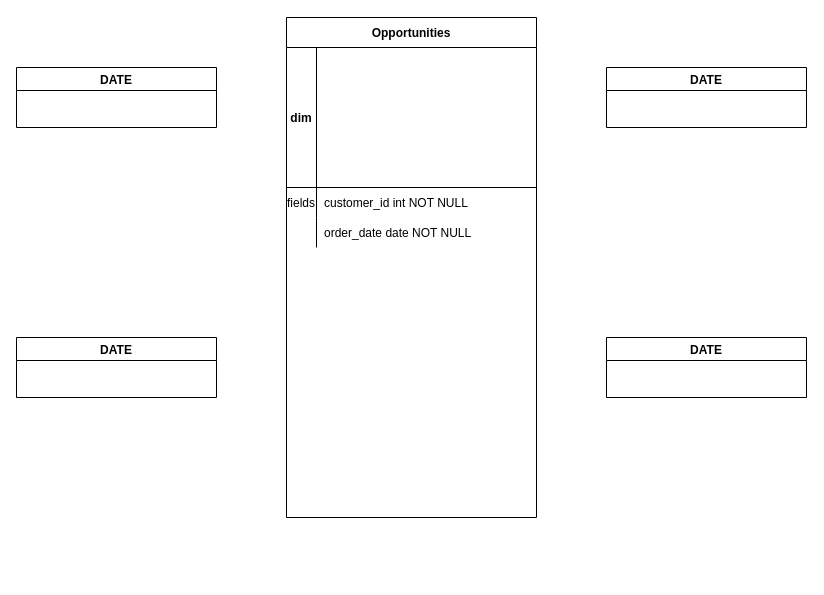
Above: Untitled Diagram.drawio in Aerbium/Netology_DA16 (draw.io), before the change. Source tidied: cells renumbered, new cells numbered last; positions are measured from the earlier drawing's top-left corner, leaving out a move shared by most shapes. Both pictures are drawn from the tidied source at 100%, with x=0, y=0 at pixel (16, 17).
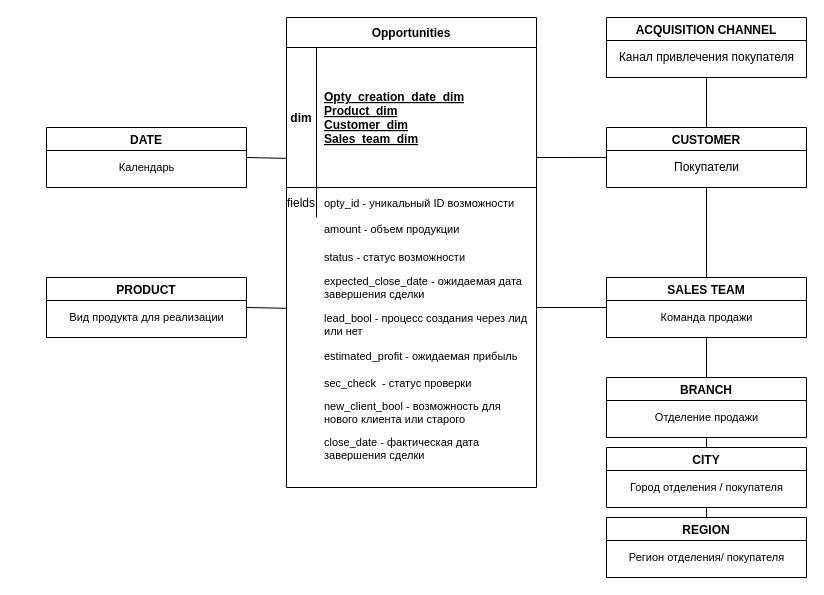
Above is the later version.

The change refers to these unchanged cells:
```xml
<mxCell id="3" style="shape=partialRectangle;fillColor=none;points=[[0,0.5],[1,0.5]];portConstraint=eastwest;top=0;left=0;right=0;bottom=1;" parent="2" vertex="1">
  <mxGeometry y="30" width="250" height="140" as="geometry" />
</mxCell>
<mxCell id="6" style="shape=partialRectangle;fillColor=none;top=0;left=0;right=0;bottom=0;" parent="2" vertex="1">
  <mxGeometry y="170" width="250" height="30" as="geometry" />
</mxCell>
```

Diff of the diagram source:
```diff
@@
     <mxCell id="2" value="Opportunities" style="shape=table;startSize=30;childLayout=tableLayout;rowLines=0;fontStyle=1;align=center;" parent="1" vertex="1">
-      <mxGeometry x="270" width="250" height="500" as="geometry" />
+      <mxGeometry x="270" width="250" height="470" as="geometry" />
     </mxCell>
@@
-    <mxCell id="5" style="shape=partialRectangle;overflow=hidden;fillColor=none;top=0;left=0;bottom=0;right=0;align=left;spacingLeft=6;fontStyle=5;" parent="3" vertex="1">
+    <mxCell id="5" value="Opty_creation_date_dim&#10;Product_dim&#10;Customer_dim&#10;Sales_team_dim" style="shape=partialRectangle;overflow=hidden;fillColor=none;top=0;left=0;bottom=0;right=0;align=left;spacingLeft=6;fontStyle=5;" parent="3" vertex="1">
       <mxGeometry x="30" width="220" height="140" as="geometry" />
     </mxCell>
@@
-    <mxCell id="8" value="customer_id int NOT NULL" style="shape=partialRectangle;overflow=hidden;fillColor=none;top=0;left=0;bottom=0;right=0;align=left;spacingLeft=6;" parent="6" vertex="1">
+    <mxCell id="8" value="opty_id - уникальный ID возможности" style="shape=partialRectangle;overflow=hidden;fillColor=none;top=0;left=0;bottom=0;right=0;align=left;spacingLeft=6;fontSize=11;" parent="6" vertex="1">
       <mxGeometry x="30" width="220" height="30" as="geometry" />
     </mxCell>
-    <mxCell id="9" style="shape=partialRectangle;fillColor=none;top=0;left=0;right=0;bottom=0;" parent="2" vertex="1">
-      <mxGeometry y="200" width="250" height="30" as="geometry" />
-    </mxCell>
-    <mxCell id="10" style="shape=partialRectangle;overflow=hidden;fillColor=none;top=0;left=0;bottom=0;right=0;" parent="9" vertex="1">
-      <mxGeometry width="30" height="30" as="geometry" />
-    </mxCell>
-    <mxCell id="11" value="order_date date NOT NULL" style="shape=partialRectangle;overflow=hidden;fillColor=none;top=0;left=0;bottom=0;right=0;align=left;spacingLeft=6;" parent="9" vertex="1">
-      <mxGeometry x="30" width="220" height="30" as="geometry" />
-    </mxCell>
+    <mxCell id="16" style="edgeStyle=none;rounded=0;jettySize=auto;html=1;exitX=1;exitY=0.5;exitDx=0;exitDy=0;entryX=0;entryY=0.792;entryDx=0;entryDy=0;entryPerimeter=0;endArrow=none;endFill=0;" parent="1" edge="1" source="12" target="3">
+      <mxGeometry relative="1" as="geometry" />
+    </mxCell>
     <mxCell id="12" value="DATE" style="swimlane;" parent="1" vertex="1">
-      <mxGeometry y="50" width="200" height="60" as="geometry" />
+      <mxGeometry x="30" y="110" width="200" height="60" as="geometry" />
     </mxCell>
+    <mxCell id="17" style="rounded=0;jettySize=auto;html=1;exitX=0.5;exitY=0;exitDx=0;exitDy=0;entryX=0.5;entryY=1;entryDx=0;entryDy=0;endArrow=none;endFill=0;" parent="1" edge="1" source="13" target="32">
+      <mxGeometry relative="1" as="geometry" />
+    </mxCell>
+    <mxCell id="18" style="edgeStyle=none;rounded=0;jettySize=auto;html=1;exitX=0;exitY=0.5;exitDx=0;exitDy=0;entryX=1;entryY=0.786;entryDx=0;entryDy=0;entryPerimeter=0;endArrow=none;endFill=0;" parent="1" edge="1" source="13" target="3">
+      <mxGeometry relative="1" as="geometry" />
+    </mxCell>
-    <mxCell id="13" value="DATE" style="swimlane;" parent="1" vertex="1">
-      <mxGeometry y="320" width="200" height="60" as="geometry" />
+    <mxCell id="13" value="CUSTOMER" style="swimlane;" parent="1" vertex="1">
+      <mxGeometry x="590" y="110" width="200" height="60" as="geometry" />
     </mxCell>
+    <mxCell id="19" value="Покупатели" style="text;html=1;align=center;verticalAlign=middle;" parent="13" vertex="1">
+      <mxGeometry x="60" y="30" width="80" height="20" as="geometry" />
+    </mxCell>
+    <mxCell id="20" style="edgeStyle=none;rounded=0;jettySize=auto;html=1;exitX=1;exitY=0.5;exitDx=0;exitDy=0;endArrow=none;endFill=0;fontSize=11;" parent="1" edge="1" source="14">
+      <mxGeometry relative="1" as="geometry">
+        <mxPoint x="270" y="290.8" as="targetPoint" />
+      </mxGeometry>
+    </mxCell>
-    <mxCell id="14" value="DATE" style="swimlane;" parent="1" vertex="1">
-      <mxGeometry x="590" y="50" width="200" height="60" as="geometry" />
+    <mxCell id="14" value="PRODUCT" style="swimlane;" parent="1" vertex="1">
+      <mxGeometry x="30" y="260" width="200" height="60" as="geometry" />
     </mxCell>
+    <mxCell id="21" value="Вид продукта для реализации" style="text;html=1;align=center;verticalAlign=middle;fontSize=11;" parent="14" vertex="1">
+      <mxGeometry x="15" y="30" width="170" height="20" as="geometry" />
+    </mxCell>
+    <mxCell id="22" style="edgeStyle=none;rounded=0;jettySize=auto;html=1;exitX=0.5;exitY=0;exitDx=0;exitDy=0;entryX=0.5;entryY=1;entryDx=0;entryDy=0;endArrow=none;endFill=0;" parent="1" edge="1" source="15" target="13">
+      <mxGeometry relative="1" as="geometry" />
+    </mxCell>
+    <mxCell id="23" style="edgeStyle=none;rounded=0;jettySize=auto;html=1;exitX=0;exitY=0.5;exitDx=0;exitDy=0;endArrow=none;endFill=0;" parent="1" edge="1" source="15">
+      <mxGeometry relative="1" as="geometry">
+        <mxPoint x="520" y="290" as="targetPoint" />
+      </mxGeometry>
+    </mxCell>
-    <mxCell id="15" value="DATE" style="swimlane;" parent="1" vertex="1">
-      <mxGeometry x="590" y="320" width="200" height="60" as="geometry" />
+    <mxCell id="15" value="SALES TEAM" style="swimlane;startSize=23;" parent="1" vertex="1">
+      <mxGeometry x="590" y="260" width="200" height="60" as="geometry" />
     </mxCell>
+    <mxCell id="24" value="Команда продажи" style="text;html=1;align=center;verticalAlign=middle;fontSize=11;" parent="15" vertex="1">
+      <mxGeometry x="45" y="30" width="110" height="20" as="geometry" />
+    </mxCell>
+    <mxCell id="25" style="edgeStyle=none;rounded=0;jettySize=auto;html=1;exitX=0.5;exitY=0;exitDx=0;exitDy=0;endArrow=none;endFill=0;" parent="1" edge="1" source="26">
+      <mxGeometry relative="1" as="geometry">
+        <mxPoint x="690" y="320" as="targetPoint" />
+      </mxGeometry>
+    </mxCell>
+    <mxCell id="26" value="BRANCH" style="swimlane;" parent="1" vertex="1">
+      <mxGeometry x="590" y="360" width="200" height="60" as="geometry" />
+    </mxCell>
+    <mxCell id="27" value="Отделение продажи" style="text;html=1;align=center;verticalAlign=middle;fontSize=11;" parent="26" vertex="1">
+      <mxGeometry x="40" y="30" width="120" height="20" as="geometry" />
+    </mxCell>
+    <mxCell id="28" style="edgeStyle=none;rounded=0;jettySize=auto;html=1;exitX=0.5;exitY=1;exitDx=0;exitDy=0;entryX=0.5;entryY=0;entryDx=0;entryDy=0;endArrow=none;endFill=0;" parent="1" edge="1" source="29" target="30">
+      <mxGeometry relative="1" as="geometry" />
+    </mxCell>
+    <mxCell id="29" value="CITY" style="swimlane;" parent="1" vertex="1">
+      <mxGeometry x="590" y="430" width="200" height="60" as="geometry" />
+    </mxCell>
+    <mxCell id="30" value="REGION" style="swimlane;" parent="1" vertex="1">
+      <mxGeometry x="590" y="500" width="200" height="60" as="geometry" />
+    </mxCell>
+    <mxCell id="31" value="Регион отделения/ покупателя" style="text;html=1;align=center;verticalAlign=middle;fontSize=11;" parent="30" vertex="1">
+      <mxGeometry x="10" y="30" width="180" height="20" as="geometry" />
+    </mxCell>
+    <mxCell id="32" value="ACQUISITION CHANNEL" style="swimlane;" parent="1" vertex="1">
+      <mxGeometry x="590" width="200" height="60" as="geometry" />
+    </mxCell>
+    <mxCell id="33" value="Канал привлечения покупателя" style="text;html=1;align=center;verticalAlign=middle;" parent="32" vertex="1">
+      <mxGeometry y="30" width="200" height="20" as="geometry" />
+    </mxCell>
+    <mxCell id="34" style="edgeStyle=none;rounded=0;orthogonalLoop=1;jettySize=auto;html=1;entryX=0.5;entryY=0;entryDx=0;entryDy=0;endArrow=none;endFill=0;" parent="1" edge="1" source="29" target="29">
+      <mxGeometry relative="1" as="geometry">
+        <Array as="points">
+          <mxPoint x="690" y="420" />
+        </Array>
+      </mxGeometry>
+    </mxCell>
+    <mxCell id="35" value="amount - объем продукции" style="shape=partialRectangle;overflow=hidden;fillColor=none;top=0;left=0;bottom=0;right=0;align=left;spacingLeft=6;fontSize=11;" parent="1" vertex="1">
+      <mxGeometry x="300" y="196" width="220" height="30" as="geometry" />
+    </mxCell>
+    <mxCell id="36" value="status - статус возможности" style="shape=partialRectangle;overflow=hidden;fillColor=none;top=0;left=0;bottom=0;right=0;align=left;spacingLeft=6;fontSize=11;" parent="1" vertex="1">
+      <mxGeometry x="300" y="224" width="220" height="30" as="geometry" />
+    </mxCell>
+    <mxCell id="37" value="expected_close_date - ожидаемая дата завершения сделки" style="shape=partialRectangle;overflow=hidden;fillColor=none;top=0;left=0;bottom=0;right=0;align=left;spacingLeft=6;fontSize=11;whiteSpace=wrap;" parent="1" vertex="1">
+      <mxGeometry x="300" y="255" width="220" height="30" as="geometry" />
+    </mxCell>
+    <mxCell id="38" value="lead_bool - процесс создания через лид или нет" style="shape=partialRectangle;overflow=hidden;fillColor=none;top=0;left=0;bottom=0;right=0;align=left;spacingLeft=6;fontSize=11;whiteSpace=wrap;" parent="1" vertex="1">
+      <mxGeometry x="300" y="292" width="220" height="30" as="geometry" />
+    </mxCell>
+    <mxCell id="39" value="estimated_profit - ожидаемая прибыль" style="shape=partialRectangle;overflow=hidden;fillColor=none;top=0;left=0;bottom=0;right=0;align=left;spacingLeft=6;fontSize=11;" parent="1" vertex="1">
+      <mxGeometry x="300" y="323" width="220" height="30" as="geometry" />
+    </mxCell>
+    <mxCell id="40" value="sec_check  - статус проверки" style="shape=partialRectangle;overflow=hidden;fillColor=none;top=0;left=0;bottom=0;right=0;align=left;spacingLeft=6;fontSize=11;" parent="1" vertex="1">
+      <mxGeometry x="300" y="350" width="220" height="30" as="geometry" />
+    </mxCell>
+    <mxCell id="41" value="new_client_bool - возможность для нового клиента или старого" style="shape=partialRectangle;overflow=hidden;fillColor=none;top=0;left=0;bottom=0;right=0;align=left;spacingLeft=6;fontSize=11;whiteSpace=wrap;" parent="1" vertex="1">
+      <mxGeometry x="300" y="380" width="220" height="30" as="geometry" />
+    </mxCell>
+    <mxCell id="42" value="close_date - фактическая дата завершения сделки" style="shape=partialRectangle;overflow=hidden;fillColor=none;top=0;left=0;bottom=0;right=0;align=left;spacingLeft=6;fontSize=11;whiteSpace=wrap;" parent="1" vertex="1">
+      <mxGeometry x="300" y="416" width="220" height="30" as="geometry" />
+    </mxCell>
+    <mxCell id="43" value="Город отделения / покупателя" style="text;html=1;align=center;verticalAlign=middle;fontSize=11;" parent="1" vertex="1">
+      <mxGeometry x="605" y="460" width="170" height="20" as="geometry" />
+    </mxCell>
+    <mxCell id="44" value="Календарь" style="text;html=1;align=center;verticalAlign=middle;fontSize=11;" parent="1" vertex="1">
+      <mxGeometry x="95" y="140" width="70" height="20" as="geometry" />
+    </mxCell>
```
